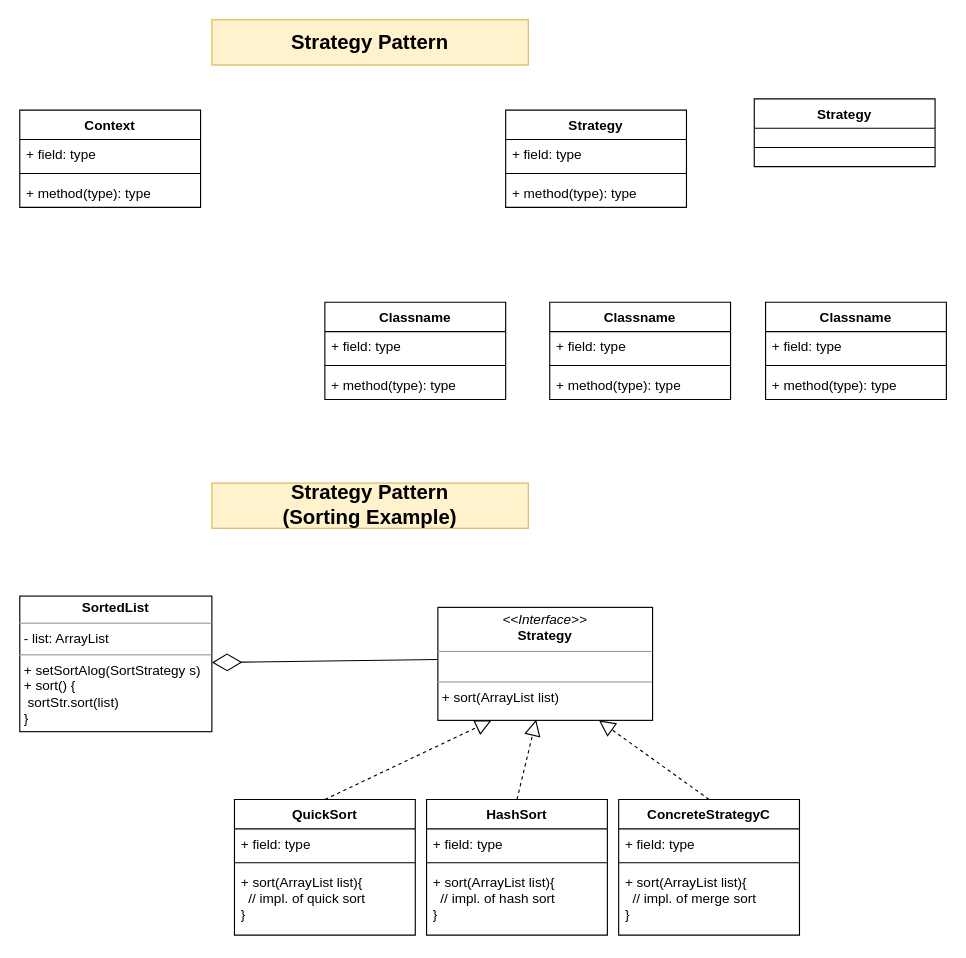
Before: Design Pattern/Behavioral_Pattern/Strategy_Pattern.drawio in ballantine04/ballantine04, a draw.io diagram. Source tidied: cells renumbered, new cells numbered last; positions are measured from the earlier drawing's top-left corner, leaving out a move shared by most shapes. Both pictures are drawn from the tidied source at 113%, with x=0, y=0 at pixel (19, 19).
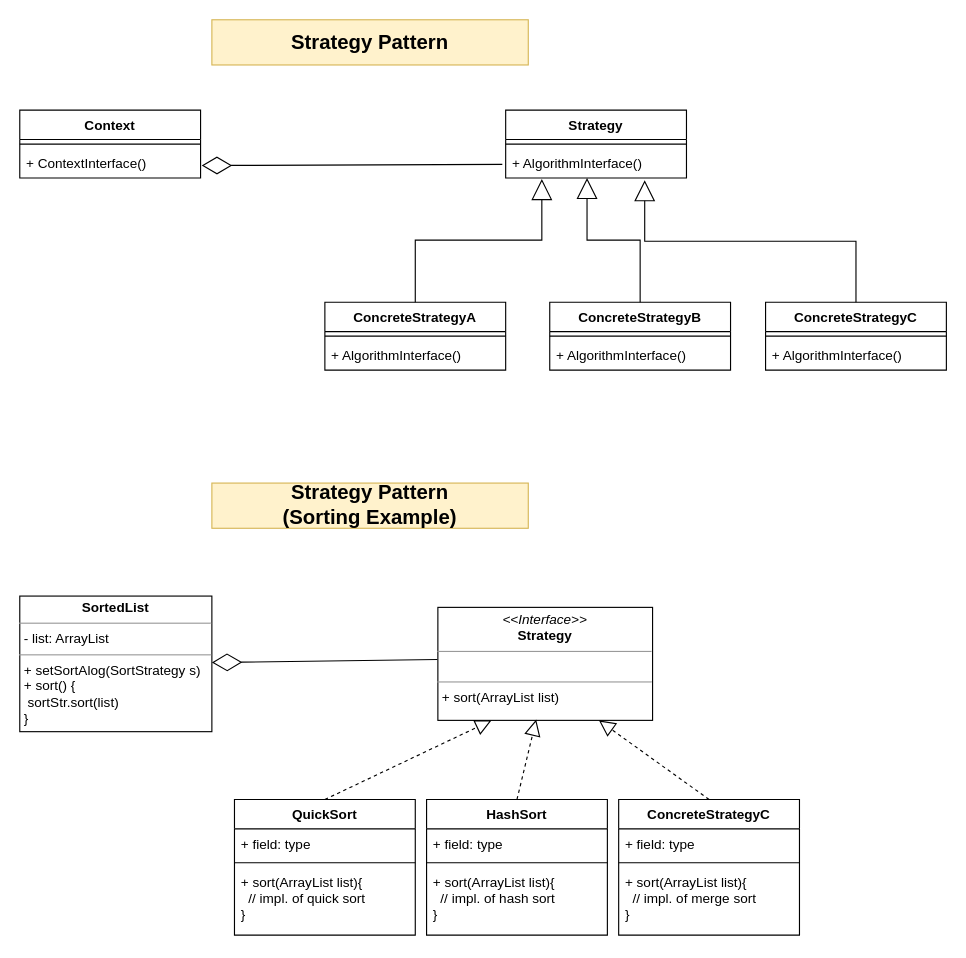
The same diagram, later.

Diff of the diagram source:
```diff
@@
     <mxCell id="22" value="Context" style="swimlane;fontStyle=1;align=center;verticalAlign=top;horizontal=1;startSize=26;" parent="1" vertex="1">
-      <mxGeometry y="80" width="160" height="86" as="geometry" />
+      <mxGeometry y="80" width="160" height="60" as="geometry" />
     </mxCell>
-    <mxCell id="23" value="+ field: type" style="text;strokeColor=none;fillColor=none;align=left;verticalAlign=top;spacingLeft=4;spacingRight=4;overflow=hidden;" parent="22" vertex="1">
-      <mxGeometry y="26" width="160" height="26" as="geometry" />
-    </mxCell>
     <mxCell id="24" style="line;strokeWidth=1;fillColor=none;align=left;verticalAlign=middle;spacingTop=-1;spacingLeft=3;spacingRight=3;labelPosition=right;" parent="22" vertex="1">
-      <mxGeometry y="52" width="160" height="8" as="geometry" />
+      <mxGeometry y="26" width="160" height="8" as="geometry" />
     </mxCell>
-    <mxCell id="25" value="+ method(type): type" style="text;strokeColor=none;fillColor=none;align=left;verticalAlign=top;spacingLeft=4;spacingRight=4;overflow=hidden;" parent="22" vertex="1">
-      <mxGeometry y="60" width="160" height="26" as="geometry" />
+    <mxCell id="25" value="+ ContextInterface()" style="text;strokeColor=none;fillColor=none;align=left;verticalAlign=top;spacingLeft=4;spacingRight=4;overflow=hidden;" parent="22" vertex="1">
+      <mxGeometry y="34" width="160" height="26" as="geometry" />
     </mxCell>
     <mxCell id="26" value="Strategy" style="swimlane;fontStyle=1;align=center;verticalAlign=top;horizontal=1;startSize=26;" parent="1" vertex="1">
-      <mxGeometry x="430" y="80" width="160" height="86" as="geometry" />
+      <mxGeometry x="430" y="80" width="160" height="60" as="geometry" />
     </mxCell>
-    <mxCell id="27" value="+ field: type" style="text;strokeColor=none;fillColor=none;align=left;verticalAlign=top;spacingLeft=4;spacingRight=4;overflow=hidden;" parent="26" vertex="1">
-      <mxGeometry y="26" width="160" height="26" as="geometry" />
-    </mxCell>
     <mxCell id="28" style="line;strokeWidth=1;fillColor=none;align=left;verticalAlign=middle;spacingTop=-1;spacingLeft=3;spacingRight=3;labelPosition=right;" parent="26" vertex="1">
-      <mxGeometry y="52" width="160" height="8" as="geometry" />
+      <mxGeometry y="26" width="160" height="8" as="geometry" />
     </mxCell>
-    <mxCell id="29" value="+ method(type): type" style="text;strokeColor=none;fillColor=none;align=left;verticalAlign=top;spacingLeft=4;spacingRight=4;overflow=hidden;points=[[0,0.5],[1,0.5]];portConstraint=eastwest;" parent="26" vertex="1">
-      <mxGeometry y="60" width="160" height="26" as="geometry" />
+    <mxCell id="29" value="+ AlgorithmInterface()" style="text;strokeColor=none;fillColor=none;align=left;verticalAlign=top;spacingLeft=4;spacingRight=4;overflow=hidden;points=[[0,0.5],[1,0.5]];portConstraint=eastwest;" parent="26" vertex="1">
+      <mxGeometry y="34" width="160" height="26" as="geometry" />
     </mxCell>
-    <mxCell id="30" value="Classname" style="swimlane;fontStyle=1;align=center;verticalAlign=top;horizontal=1;startSize=26;" parent="1" vertex="1">
-      <mxGeometry x="270" y="250" width="160" height="86" as="geometry" />
+    <mxCell id="30" value="ConcreteStrategyA" style="swimlane;fontStyle=1;align=center;verticalAlign=top;horizontal=1;startSize=26;" parent="1" vertex="1">
+      <mxGeometry x="270" y="250" width="160" height="60" as="geometry" />
     </mxCell>
-    <mxCell id="31" value="+ field: type" style="text;strokeColor=none;fillColor=none;align=left;verticalAlign=top;spacingLeft=4;spacingRight=4;overflow=hidden;" parent="30" vertex="1">
-      <mxGeometry y="26" width="160" height="26" as="geometry" />
-    </mxCell>
     <mxCell id="32" style="line;strokeWidth=1;fillColor=none;align=left;verticalAlign=middle;spacingTop=-1;spacingLeft=3;spacingRight=3;labelPosition=right;" parent="30" vertex="1">
-      <mxGeometry y="52" width="160" height="8" as="geometry" />
+      <mxGeometry y="26" width="160" height="8" as="geometry" />
     </mxCell>
-    <mxCell id="33" value="+ method(type): type" style="text;strokeColor=none;fillColor=none;align=left;verticalAlign=top;spacingLeft=4;spacingRight=4;overflow=hidden;" parent="30" vertex="1">
-      <mxGeometry y="60" width="160" height="26" as="geometry" />
+    <mxCell id="33" value="+ AlgorithmInterface()" style="text;strokeColor=none;fillColor=none;align=left;verticalAlign=top;spacingLeft=4;spacingRight=4;overflow=hidden;" parent="30" vertex="1">
+      <mxGeometry y="34" width="160" height="26" as="geometry" />
     </mxCell>
-    <mxCell id="34" value="Classname" style="swimlane;fontStyle=1;align=center;verticalAlign=top;horizontal=1;startSize=26;" parent="1" vertex="1">
-      <mxGeometry x="469" y="250" width="160" height="86" as="geometry" />
+    <mxCell id="34" value="ConcreteStrategyB" style="swimlane;fontStyle=1;align=center;verticalAlign=top;horizontal=1;startSize=26;" parent="1" vertex="1">
+      <mxGeometry x="469" y="250" width="160" height="60" as="geometry" />
     </mxCell>
-    <mxCell id="35" value="+ field: type" style="text;strokeColor=none;fillColor=none;align=left;verticalAlign=top;spacingLeft=4;spacingRight=4;overflow=hidden;" parent="34" vertex="1">
-      <mxGeometry y="26" width="160" height="26" as="geometry" />
-    </mxCell>
     <mxCell id="36" style="line;strokeWidth=1;fillColor=none;align=left;verticalAlign=middle;spacingTop=-1;spacingLeft=3;spacingRight=3;labelPosition=right;" parent="34" vertex="1">
-      <mxGeometry y="52" width="160" height="8" as="geometry" />
+      <mxGeometry y="26" width="160" height="8" as="geometry" />
     </mxCell>
-    <mxCell id="37" value="+ method(type): type" style="text;strokeColor=none;fillColor=none;align=left;verticalAlign=top;spacingLeft=4;spacingRight=4;overflow=hidden;" parent="34" vertex="1">
-      <mxGeometry y="60" width="160" height="26" as="geometry" />
+    <mxCell id="37" value="+ AlgorithmInterface()" style="text;strokeColor=none;fillColor=none;align=left;verticalAlign=top;spacingLeft=4;spacingRight=4;overflow=hidden;" parent="34" vertex="1">
+      <mxGeometry y="34" width="160" height="26" as="geometry" />
     </mxCell>
-    <mxCell id="38" value="Classname" style="swimlane;fontStyle=1;align=center;verticalAlign=top;horizontal=1;startSize=26;" parent="1" vertex="1">
-      <mxGeometry x="660" y="250" width="160" height="86" as="geometry" />
+    <mxCell id="38" value="ConcreteStrategyC" style="swimlane;fontStyle=1;align=center;verticalAlign=top;horizontal=1;startSize=26;" parent="1" vertex="1">
+      <mxGeometry x="660" y="250" width="160" height="60" as="geometry" />
     </mxCell>
-    <mxCell id="39" value="+ field: type" style="text;strokeColor=none;fillColor=none;align=left;verticalAlign=top;spacingLeft=4;spacingRight=4;overflow=hidden;" parent="38" vertex="1">
-      <mxGeometry y="26" width="160" height="26" as="geometry" />
-    </mxCell>
     <mxCell id="40" style="line;strokeWidth=1;fillColor=none;align=left;verticalAlign=middle;spacingTop=-1;spacingLeft=3;spacingRight=3;labelPosition=right;" parent="38" vertex="1">
-      <mxGeometry y="52" width="160" height="8" as="geometry" />
+      <mxGeometry y="26" width="160" height="8" as="geometry" />
     </mxCell>
-    <mxCell id="41" value="+ method(type): type" style="text;strokeColor=none;fillColor=none;align=left;verticalAlign=top;spacingLeft=4;spacingRight=4;overflow=hidden;" parent="38" vertex="1">
-      <mxGeometry y="60" width="160" height="26" as="geometry" />
+    <mxCell id="41" value="+ AlgorithmInterface()" style="text;strokeColor=none;fillColor=none;align=left;verticalAlign=top;spacingLeft=4;spacingRight=4;overflow=hidden;" parent="38" vertex="1">
+      <mxGeometry y="34" width="160" height="26" as="geometry" />
     </mxCell>
-    <mxCell id="42" value="Strategy" style="swimlane;fontStyle=1;align=center;verticalAlign=top;horizontal=1;startSize=26;" parent="1" vertex="1">
-      <mxGeometry x="650" y="70" width="160" height="60" as="geometry" />
-    </mxCell>
-    <mxCell id="43" style="line;strokeWidth=1;fillColor=none;align=left;verticalAlign=middle;spacingTop=-1;spacingLeft=3;spacingRight=3;labelPosition=right;" parent="42" vertex="1">
-      <mxGeometry y="26" width="160" height="34" as="geometry" />
-    </mxCell>
+    <mxCell id="44" style="endArrow=diamondThin;endFill=0;endSize=24;html=1;entryX=1.006;entryY=0.885;entryDx=0;entryDy=0;entryPerimeter=0;exitX=-0.019;exitY=0.846;exitDx=0;exitDy=0;exitPerimeter=0;" parent="1" edge="1">
+      <mxGeometry relative="1" as="geometry">
+        <mxPoint x="427" y="128" as="sourcePoint" />
+        <mxPoint x="161" y="129" as="targetPoint" />
+      </mxGeometry>
+    </mxCell>
+    <mxCell id="45" style="endArrow=block;endSize=16;endFill=0;html=1;exitX=0.5;exitY=0;exitDx=0;exitDy=0;edgeStyle=elbowEdgeStyle;elbow=vertical;rounded=0;entryX=0.2;entryY=1.038;entryDx=0;entryDy=0;entryPerimeter=0;" parent="1" edge="1" source="30" target="29">
+      <mxGeometry relative="1" as="geometry" />
+    </mxCell>
+    <mxCell id="46" style="endArrow=block;endSize=16;endFill=0;html=1;exitX=0.5;exitY=0;exitDx=0;exitDy=0;edgeStyle=elbowEdgeStyle;elbow=vertical;rounded=0;entryX=0.769;entryY=1.077;entryDx=0;entryDy=0;entryPerimeter=0;" parent="1" edge="1" source="38" target="29">
+      <mxGeometry relative="1" as="geometry" />
+    </mxCell>
+    <mxCell id="47" style="endArrow=block;endSize=16;endFill=0;html=1;edgeStyle=elbowEdgeStyle;elbow=vertical;rounded=0;entryX=0.45;entryY=1;entryDx=0;entryDy=0;entryPerimeter=0;" parent="1" edge="1" source="34" target="29">
+      <mxGeometry relative="1" as="geometry" />
+    </mxCell>
```
